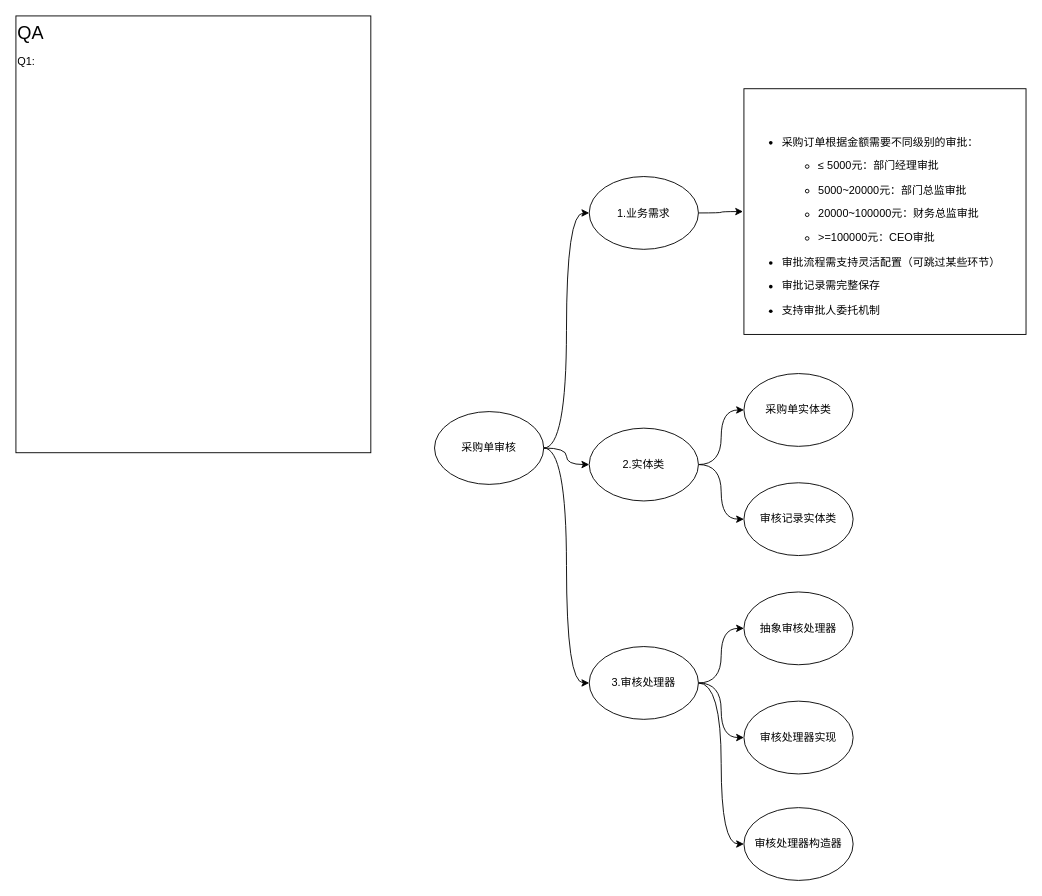
Before: 采购单-责任链模式.drawio in liepig1223/drawio, a draw.io diagram. Source tidied: cells renumbered, new cells numbered last; positions are measured from the earlier drawing's top-left corner, leaving out a move shared by most shapes. Both pictures are drawn from the tidied source at 91%, with x=0, y=0 at pixel (15, 15).
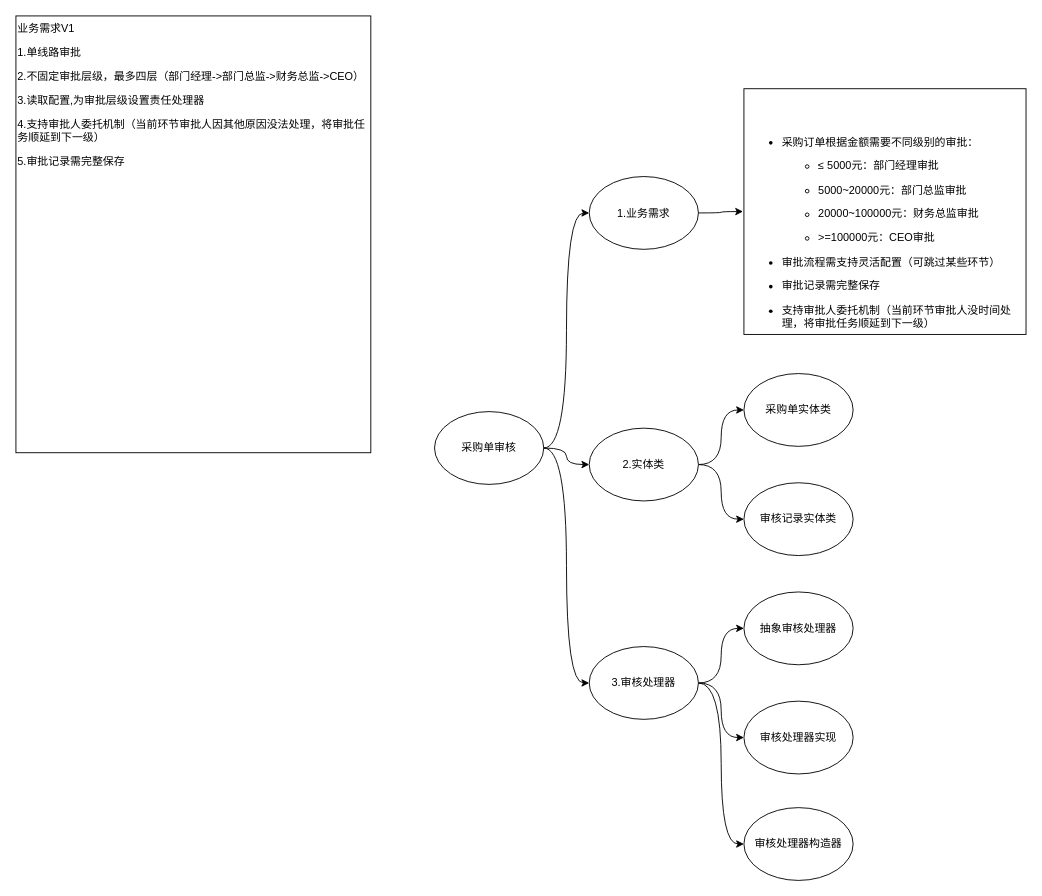
Above is the later version.

Commit message:
更新采购单-责任链模式.drawio

What changed in the source:
```diff
@@
-    <mxCell id="11" value="&lt;h1 style=&quot;margin-top: 0px;&quot;&gt;&lt;br&gt;&lt;/h1&gt;&lt;ul&gt;&lt;li&gt;&lt;p class=&quot;ds-markdown-paragraph&quot;&gt;采购订单根据金额需要不同级别的审批：&lt;/p&gt;&lt;ul&gt;&lt;li&gt;&lt;p class=&quot;ds-markdown-paragraph&quot;&gt;≤ 5000元：部门经理审批&lt;/p&gt;&lt;/li&gt;&lt;li&gt;&lt;p class=&quot;ds-markdown-paragraph&quot;&gt;5000~20000元：部门总监审批&lt;/p&gt;&lt;/li&gt;&lt;li&gt;&lt;p class=&quot;ds-markdown-paragraph&quot;&gt;20000~100000元：财务总监审批&lt;/p&gt;&lt;/li&gt;&lt;li&gt;&lt;p class=&quot;ds-markdown-paragraph&quot;&gt;&amp;gt;=100000元：CEO审批&lt;/p&gt;&lt;/li&gt;&lt;/ul&gt;&lt;/li&gt;&lt;li&gt;&lt;p class=&quot;ds-markdown-paragraph&quot;&gt;审批流程需支持灵活配置（可跳过某些环节）&lt;/p&gt;&lt;/li&gt;&lt;li&gt;&lt;p class=&quot;ds-markdown-paragraph&quot;&gt;审批记录需完整保存&lt;/p&gt;&lt;/li&gt;&lt;li&gt;&lt;p class=&quot;ds-markdown-paragraph&quot;&gt;支持审批人委托机制&lt;/p&gt;&lt;/li&gt;&lt;/ul&gt;&lt;p&gt;&lt;/p&gt;" style="text;html=1;whiteSpace=wrap;overflow=hidden;rounded=0;fillColor=default;perimeterSpacing=1;glass=0;strokeColor=default;" parent="1" vertex="1">
+    <mxCell id="11" value="&lt;h1 style=&quot;margin-top: 0px;&quot;&gt;&lt;br&gt;&lt;/h1&gt;&lt;ul&gt;&lt;li&gt;&lt;p class=&quot;ds-markdown-paragraph&quot;&gt;采购订单根据金额需要不同级别的审批：&lt;/p&gt;&lt;ul&gt;&lt;li&gt;&lt;p class=&quot;ds-markdown-paragraph&quot;&gt;≤ 5000元：部门经理审批&lt;/p&gt;&lt;/li&gt;&lt;li&gt;&lt;p class=&quot;ds-markdown-paragraph&quot;&gt;5000~20000元：部门总监审批&lt;/p&gt;&lt;/li&gt;&lt;li&gt;&lt;p class=&quot;ds-markdown-paragraph&quot;&gt;20000~100000元：财务总监审批&lt;/p&gt;&lt;/li&gt;&lt;li&gt;&lt;p class=&quot;ds-markdown-paragraph&quot;&gt;&amp;gt;=100000元：CEO审批&lt;/p&gt;&lt;/li&gt;&lt;/ul&gt;&lt;/li&gt;&lt;li&gt;&lt;p class=&quot;ds-markdown-paragraph&quot;&gt;审批流程需支持灵活配置（可跳过某些环节）&lt;/p&gt;&lt;/li&gt;&lt;li&gt;&lt;p class=&quot;ds-markdown-paragraph&quot;&gt;审批记录需完整保存&lt;/p&gt;&lt;/li&gt;&lt;li&gt;&lt;p class=&quot;ds-markdown-paragraph&quot;&gt;支持审批人委托机制（当前环节审批人没时间处理，将审批任务顺延到下一级）&lt;/p&gt;&lt;/li&gt;&lt;/ul&gt;&lt;p&gt;&lt;/p&gt;" style="text;html=1;whiteSpace=wrap;overflow=hidden;rounded=0;fillColor=default;perimeterSpacing=1;glass=0;strokeColor=default;" parent="1" vertex="1">
       <mxGeometry x="800" y="80" width="310" height="270" as="geometry" />
     </mxCell>
@@
-    <mxCell id="18" value="&lt;font style=&quot;font-size: 20px;&quot;&gt;QA&lt;/font&gt;&lt;p&gt;Q1:&lt;br&gt;&lt;/p&gt;" style="text;html=1;whiteSpace=wrap;overflow=hidden;rounded=0;strokeColor=default;fillColor=default;" parent="1" vertex="1">
+    <mxCell id="18" value="业务需求V1&lt;p&gt;1.单线路审批&lt;/p&gt;&lt;p&gt;2.不固定审批层级，最多四层（部门经理-&amp;gt;部门总监-&amp;gt;财务总监-&amp;gt;CEO）&lt;br&gt;&lt;/p&gt;&lt;p&gt;3.读取配置,为审批层级设置责任处理器&lt;/p&gt;&lt;p&gt;4.支持审批人委托机制（当前环节审批人因其他原因没法处理，将审批任务顺延到下一级）&lt;/p&gt;&lt;p&gt;5.审批记录需完整保存&lt;/p&gt;" style="text;html=1;whiteSpace=wrap;overflow=hidden;rounded=0;strokeColor=default;fillColor=default;" parent="1" vertex="1">
       <mxGeometry width="390" height="480" as="geometry" />
     </mxCell>
```
